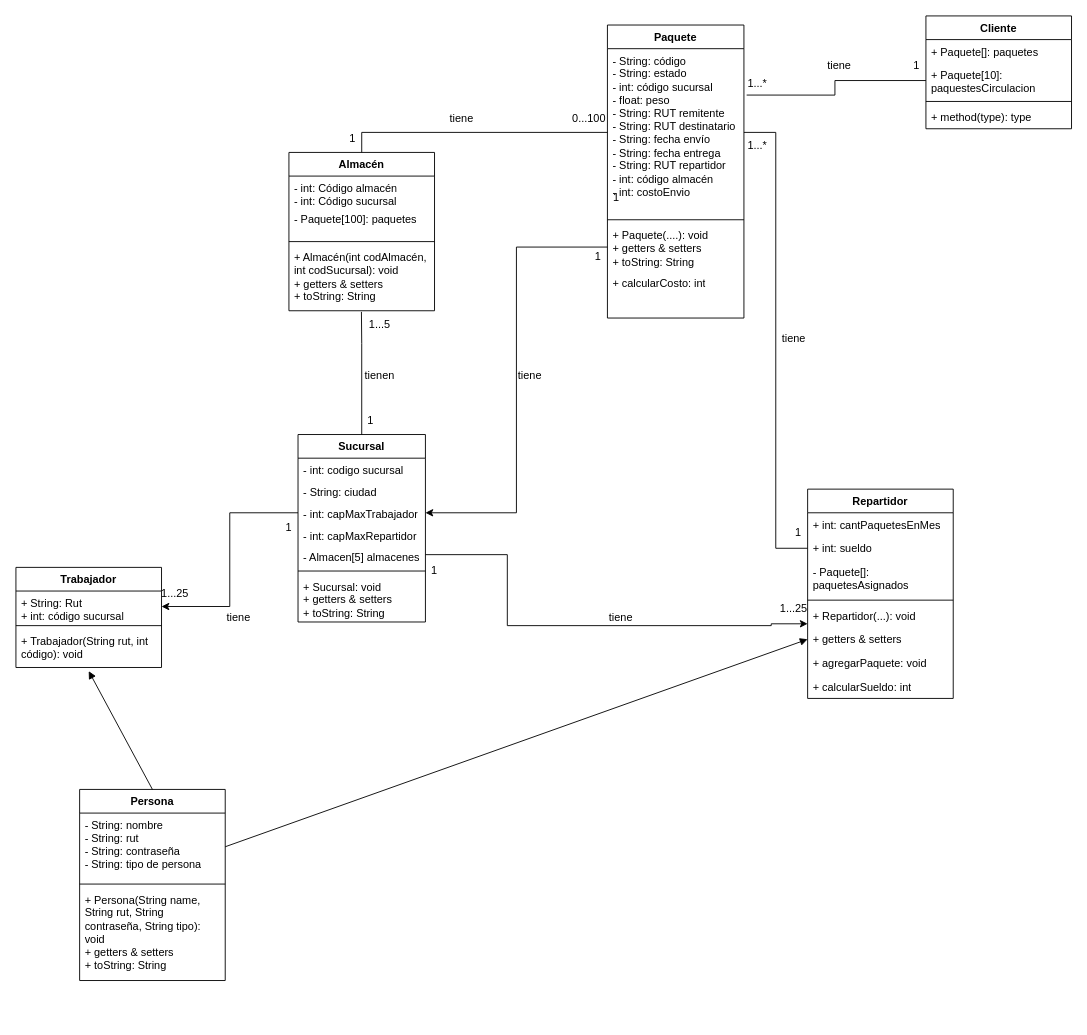
Before: Diagrama de clases.drawio in Charmandiox9/Taller-2-POO-2023, a draw.io diagram. Source tidied: cells renumbered, new cells numbered last; positions are measured from the earlier drawing's top-left corner, leaving out a move shared by most shapes. Both pictures are drawn from the tidied source at 91%, with x=0, y=0 at pixel (15, 15).
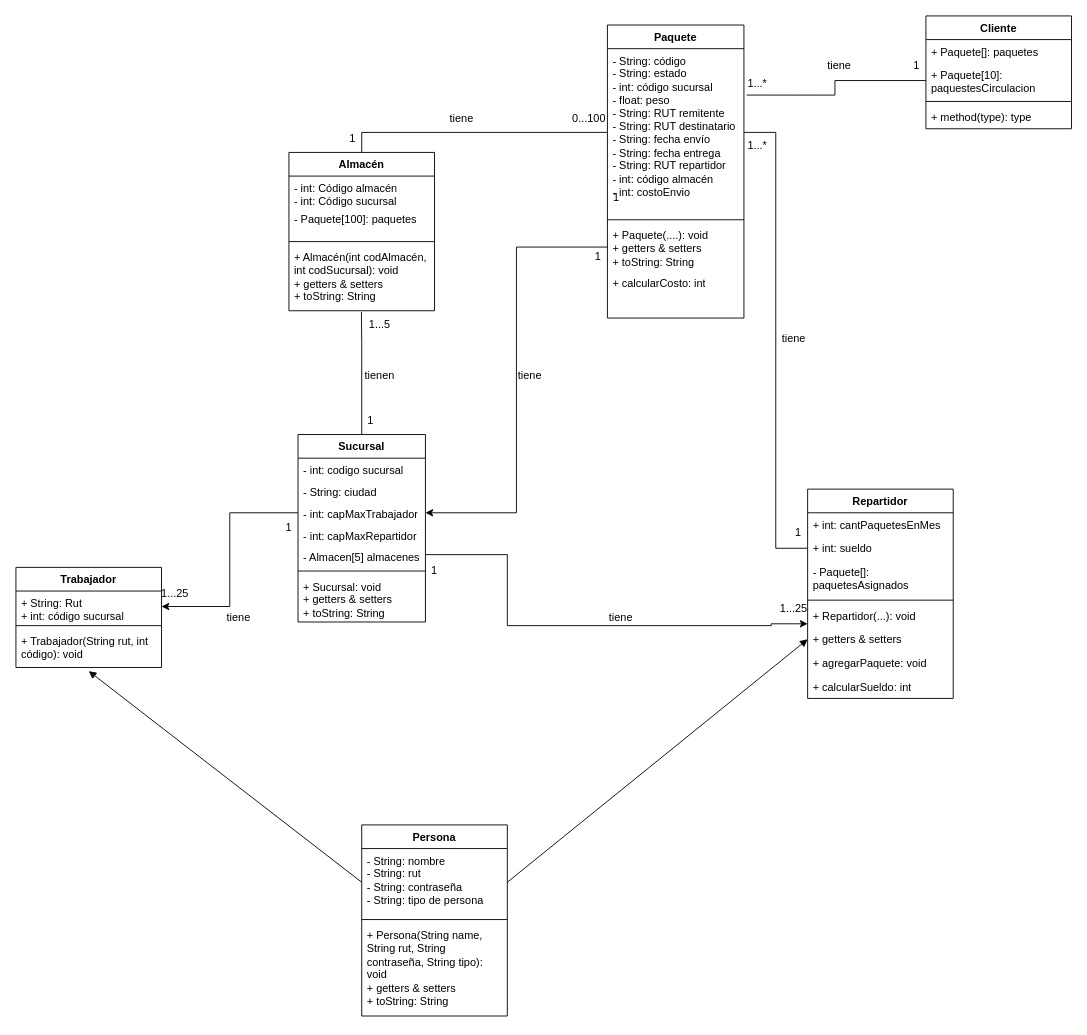
After the change.

The change refers to these unchanged cells:
```xml
<mxCell id="11" value="- String: nombre&lt;br&gt;- String: rut&lt;br&gt;- String: contraseña&lt;br&gt;- String: tipo de persona" style="text;strokeColor=none;fillColor=none;align=left;verticalAlign=top;spacingLeft=4;spacingRight=4;overflow=hidden;points=[[0,0.5],[1,0.5]];portConstraint=eastwest;whiteSpace=wrap;html=1;" parent="10" vertex="1">
  <mxGeometry y="26" width="160" height="74" as="geometry" />
</mxCell>
<mxCell id="17" value="+ Trabajador(String rut, int código): void" style="text;strokeColor=none;fillColor=none;align=left;verticalAlign=top;spacingLeft=4;spacingRight=4;overflow=hidden;points=[[0,0.5],[1,0.5]];portConstraint=eastwest;whiteSpace=wrap;html=1;" parent="14" vertex="1">
  <mxGeometry y="68" width="160" height="42" as="geometry" />
</mxCell>
```

What changed in the source:
```diff
@@
     <mxCell id="10" value="Persona" style="swimlane;fontStyle=1;align=center;verticalAlign=top;horizontal=1;startSize=26;whiteSpace=wrap;html=1;" parent="1" vertex="1">
-      <mxGeometry x="70" y="850" width="160" height="210" as="geometry" />
+      <mxGeometry x="380" y="889" width="160" height="210" as="geometry" />
     </mxCell>
@@
-    <mxCell id="70" style="html=1;verticalAlign=bottom;endArrow=block;curved=0;rounded=0;entryX=0.5;entryY=1.095;entryDx=0;entryDy=0;entryPerimeter=0;exitX=0.5;exitY=0;exitDx=0;exitDy=0;" parent="1" edge="1" source="10" target="17">
+    <mxCell id="70" style="html=1;verticalAlign=bottom;endArrow=block;curved=0;rounded=0;entryX=0.5;entryY=1.095;entryDx=0;entryDy=0;entryPerimeter=0;exitX=0;exitY=0.5;exitDx=0;exitDy=0;" parent="1" edge="1" source="11" target="17">
       <mxGeometry relative="1" as="geometry" />
     </mxCell>
```
